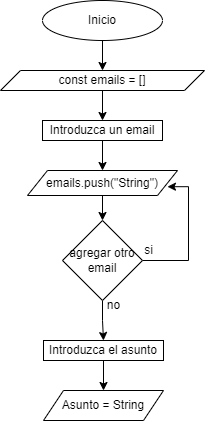
Before: Envío de correos.png, a diagram exported from draw.io (dasamepu/Flujo-de-funciones-para-encapsular-algoritmos). Source tidied: cells renumbered, new cells last; positions are measured from the earlier drawing's top-left corner, leaving out a move shared by most shapes.
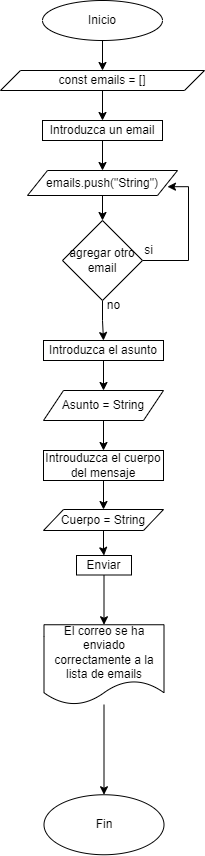
The same file after the commit.

The edit, as a diff of the source:
```diff
@@ -26,6 +26,9 @@
     <mxCell id="9" value="Introduzca el asunto" style="whiteSpace=wrap;html=1;" parent="1" vertex="1">
       <mxGeometry x="43" y="340" width="120" height="20" as="geometry" />
     </mxCell>
+    <mxCell id="18" style="edgeStyle=orthogonalEdgeStyle;rounded=0;jettySize=auto;html=1;" parent="1" edge="1" source="10" target="20">
+      <mxGeometry relative="1" as="geometry" />
+    </mxCell>
     <mxCell id="10" value="Asunto = String" style="shape=parallelogram;perimeter=parallelogramPerimeter;whiteSpace=wrap;html=1;fixedSize=1;" parent="1" vertex="1">
       <mxGeometry x="43" y="390" width="120" height="30" as="geometry" />
     </mxCell>
@@ -55,5 +58,32 @@
     <mxCell id="17" value="no" style="text;html=1;align=center;verticalAlign=middle;strokeColor=none;fillColor=none;" parent="1" vertex="1">
       <mxGeometry x="93" y="290" width="40" height="30" as="geometry" />
     </mxCell>
+    <mxCell id="19" style="edgeStyle=orthogonalEdgeStyle;rounded=0;jettySize=auto;html=1;" parent="1" edge="1" source="20" target="22">
+      <mxGeometry relative="1" as="geometry" />
+    </mxCell>
+    <mxCell id="20" value="Introuduzca el cuerpo del mensaje" style="whiteSpace=wrap;html=1;" parent="1" vertex="1">
+      <mxGeometry x="43" y="450" width="120" height="30" as="geometry" />
+    </mxCell>
+    <mxCell id="21" style="edgeStyle=orthogonalEdgeStyle;rounded=0;jettySize=auto;html=1;" parent="1" edge="1" source="22" target="24">
+      <mxGeometry relative="1" as="geometry" />
+    </mxCell>
+    <mxCell id="22" value="Cuerpo = String" style="shape=parallelogram;perimeter=parallelogramPerimeter;whiteSpace=wrap;html=1;fixedSize=1;" parent="1" vertex="1">
+      <mxGeometry x="43" y="509" width="120" height="21" as="geometry" />
+    </mxCell>
+    <mxCell id="23" style="edgeStyle=orthogonalEdgeStyle;rounded=0;jettySize=auto;html=1;" parent="1" edge="1" source="24" target="26">
+      <mxGeometry relative="1" as="geometry" />
+    </mxCell>
+    <mxCell id="24" value="Enviar" style="whiteSpace=wrap;html=1;" parent="1" vertex="1">
+      <mxGeometry x="76" y="555" width="55" height="19.5" as="geometry" />
+    </mxCell>
+    <mxCell id="25" style="edgeStyle=orthogonalEdgeStyle;rounded=0;jettySize=auto;html=1;" parent="1" edge="1" source="26" target="27">
+      <mxGeometry relative="1" as="geometry" />
+    </mxCell>
+    <mxCell id="26" value="El correo se ha enviado correctamente a la lista de emails" style="shape=document;whiteSpace=wrap;html=1;boundedLbl=1;" parent="1" vertex="1">
+      <mxGeometry x="43.5" y="624.2" width="120" height="80" as="geometry" />
+    </mxCell>
+    <mxCell id="27" value="Fin" style="ellipse;whiteSpace=wrap;html=1;" parent="1" vertex="1">
+      <mxGeometry x="43.5" y="794.2" width="120" height="60" as="geometry" />
+    </mxCell>
   </root>
 </mxGraphModel>
```
